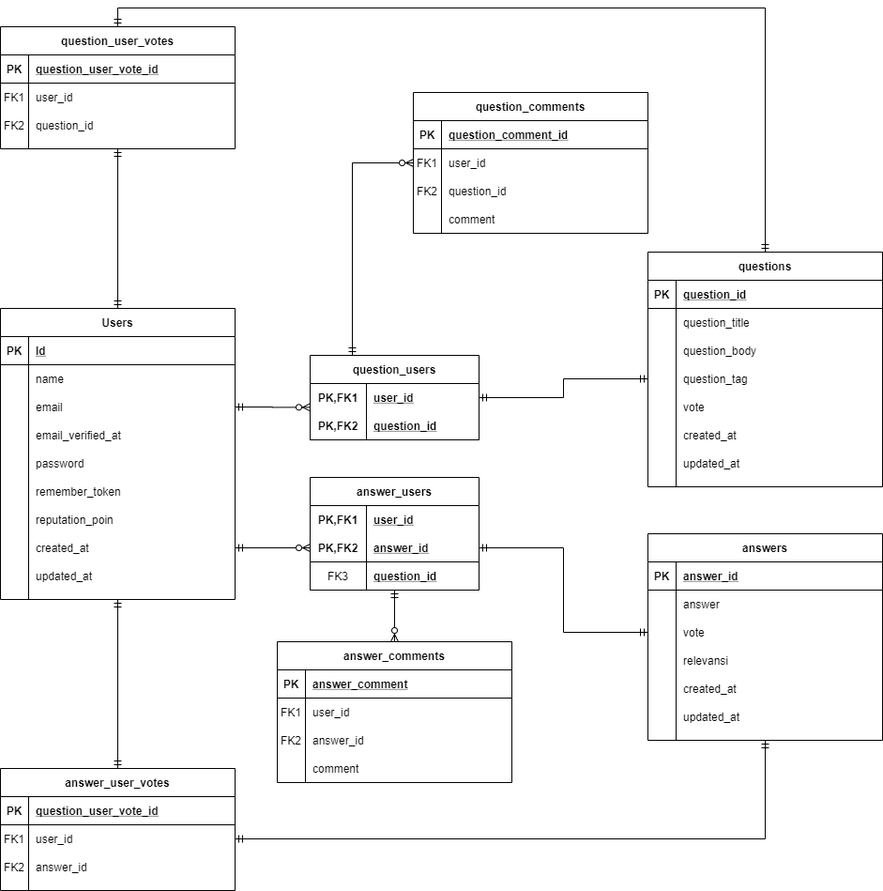
Earlier version of the draw.io export public/ERD/ERD.png (CristJoenathan24/project_sanber). Source tidied: cells renumbered, new cells last; positions are measured from the earlier drawing's top-left corner, leaving out a move shared by most shapes.
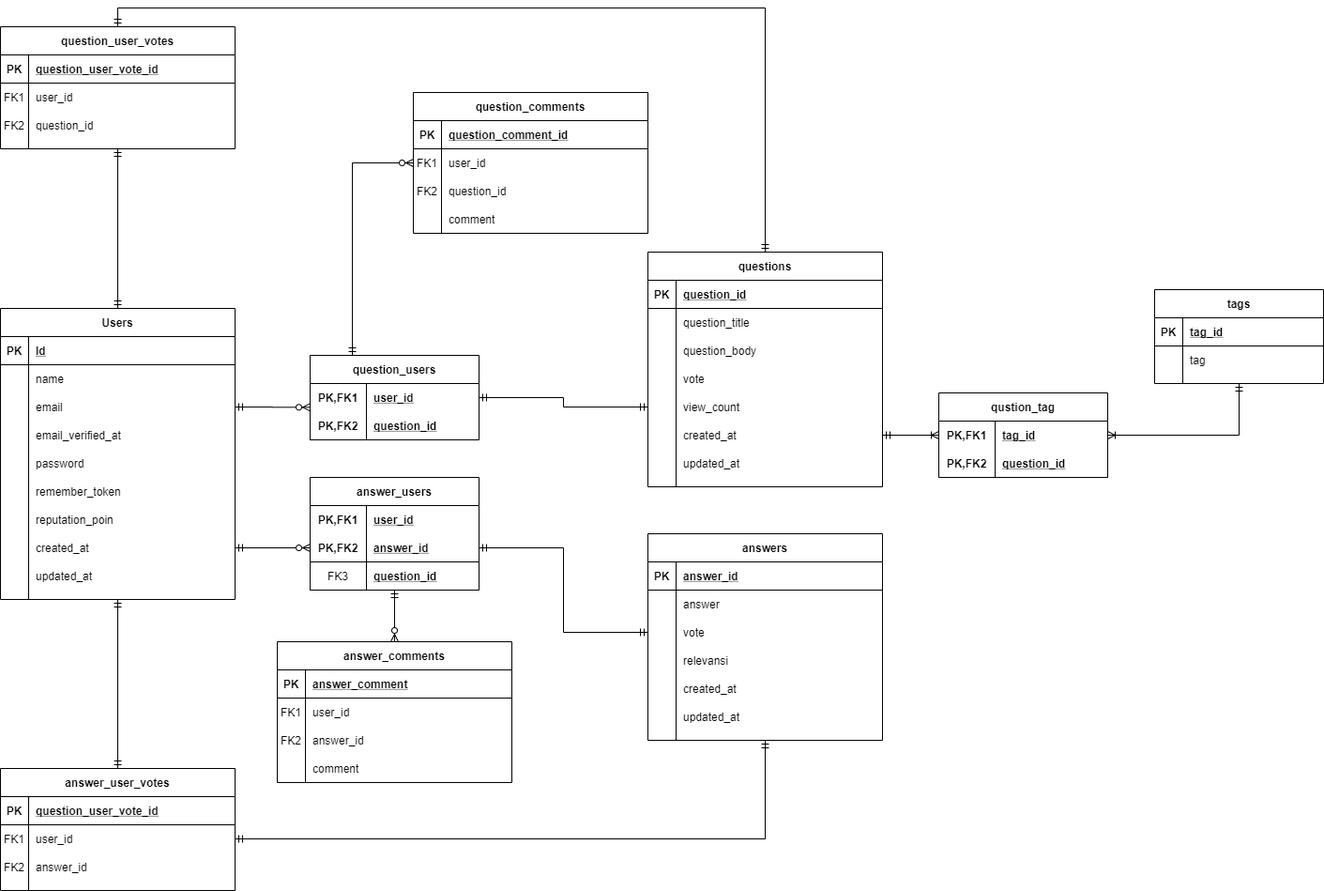
The same file after the commit.

What changed in the source:
```diff
@@ -251,17 +251,8 @@
     <mxCell id="84" value="question_body" style="shape=partialRectangle;overflow=hidden;fillColor=none;top=0;left=0;bottom=0;right=0;align=left;spacingLeft=6;" parent="82" vertex="1">
       <mxGeometry x="30" width="220" height="30" as="geometry" />
     </mxCell>
-    <mxCell id="85" style="shape=partialRectangle;fillColor=none;points=[[0,0.5],[1,0.5]];portConstraint=eastwest;top=0;left=0;right=0;bottom=0;" parent="75" vertex="1">
-      <mxGeometry y="120" width="250" height="30" as="geometry" />
-    </mxCell>
-    <mxCell id="86" style="shape=partialRectangle;overflow=hidden;fillColor=none;top=0;left=0;bottom=0;right=0;" parent="85" vertex="1">
-      <mxGeometry width="30" height="30" as="geometry" />
-    </mxCell>
-    <mxCell id="87" value="question_tag" style="shape=partialRectangle;overflow=hidden;fillColor=none;top=0;left=0;bottom=0;right=0;align=left;spacingLeft=6;" parent="85" vertex="1">
-      <mxGeometry x="30" width="220" height="30" as="geometry" />
-    </mxCell>
     <mxCell id="88" style="shape=partialRectangle;fillColor=none;top=0;left=0;right=0;bottom=0;" parent="75" vertex="1">
-      <mxGeometry y="150" width="250" height="30" as="geometry" />
+      <mxGeometry y="120" width="250" height="30" as="geometry" />
     </mxCell>
     <mxCell id="89" style="shape=partialRectangle;overflow=hidden;fillColor=none;top=0;left=0;bottom=0;right=0;" parent="88" vertex="1">
       <mxGeometry width="30" height="30" as="geometry" />
@@ -269,6 +260,15 @@
     <mxCell id="90" value="vote" style="shape=partialRectangle;overflow=hidden;fillColor=none;top=0;left=0;bottom=0;right=0;align=left;spacingLeft=6;" parent="88" vertex="1">
       <mxGeometry x="30" width="220" height="30" as="geometry" />
     </mxCell>
+    <mxCell id="144" style="shape=partialRectangle;fillColor=none;points=[[0,0.5],[1,0.5]];portConstraint=eastwest;top=0;left=0;right=0;bottom=0;" parent="75" vertex="1">
+      <mxGeometry y="150" width="250" height="30" as="geometry" />
+    </mxCell>
+    <mxCell id="86" style="shape=partialRectangle;overflow=hidden;fillColor=none;top=0;left=0;bottom=0;right=0;" parent="144" vertex="1">
+      <mxGeometry width="30" height="30" as="geometry" />
+    </mxCell>
+    <mxCell id="145" value="view_count" style="shape=partialRectangle;overflow=hidden;fillColor=none;top=0;left=0;bottom=0;right=0;align=left;spacingLeft=6;" parent="144" vertex="1">
+      <mxGeometry x="30" width="220" height="30" as="geometry" />
+    </mxCell>
     <mxCell id="91" style="shape=partialRectangle;fillColor=none;points=[[0,0.5],[1,0.5]];portConstraint=eastwest;top=0;left=0;right=0;bottom=0;" parent="75" vertex="1">
       <mxGeometry y="180" width="250" height="30" as="geometry" />
     </mxCell>
@@ -422,11 +422,59 @@
     <mxCell id="141" value="comment" style="shape=partialRectangle;overflow=hidden;fillColor=none;top=0;left=0;bottom=0;right=0;align=left;spacingLeft=6;" parent="139" vertex="1">
       <mxGeometry x="30" width="220" height="30" as="geometry" />
     </mxCell>
-    <mxCell id="142" style="edgeStyle=orthogonalEdgeStyle;rounded=0;jettySize=auto;html=1;startArrow=ERmandOne;startFill=0;endArrow=ERmandOne;endFill=0;" parent="1" edge="1" source="33" target="85">
+    <mxCell id="142" style="edgeStyle=orthogonalEdgeStyle;rounded=0;jettySize=auto;html=1;startArrow=ERmandOne;startFill=0;endArrow=ERmandOne;endFill=0;entryX=0;entryY=0.5;entryDx=0;entryDy=0;" parent="1" edge="1" source="33" target="144">
       <mxGeometry relative="1" as="geometry" />
     </mxCell>
     <mxCell id="143" style="edgeStyle=orthogonalEdgeStyle;rounded=0;jettySize=auto;html=1;entryX=0;entryY=0.5;entryDx=0;entryDy=0;startArrow=ERmandOne;startFill=0;endArrow=ERmandOne;endFill=0;" parent="1" edge="1" source="123" target="104">
       <mxGeometry relative="1" as="geometry" />
     </mxCell>
+    <mxCell id="146" value="tags" style="shape=table;startSize=30;rowLines=0;fontStyle=1;align=center;" parent="1" vertex="1">
+      <mxGeometry x="1230" y="280" width="180" height="100" as="geometry" />
+    </mxCell>
+    <mxCell id="147" style="shape=partialRectangle;fillColor=none;top=0;left=0;bottom=1;right=0;" parent="146" vertex="1">
+      <mxGeometry y="30" width="180" height="30" as="geometry" />
+    </mxCell>
+    <mxCell id="148" value="PK" style="shape=partialRectangle;fillColor=none;top=0;left=0;bottom=0;right=0;fontStyle=1;overflow=hidden;" parent="147" vertex="1">
+      <mxGeometry width="30" height="30" as="geometry" />
+    </mxCell>
+    <mxCell id="149" value="tag_id" style="shape=partialRectangle;fillColor=none;top=0;left=0;bottom=0;right=0;align=left;spacingLeft=6;fontStyle=5;overflow=hidden;" parent="147" vertex="1">
+      <mxGeometry x="30" width="150" height="30" as="geometry" />
+    </mxCell>
+    <mxCell id="150" style="shape=partialRectangle;fillColor=none;top=0;left=0;bottom=0;right=0;" parent="146" vertex="1">
+      <mxGeometry y="60" width="180" height="30" as="geometry" />
+    </mxCell>
+    <mxCell id="151" style="shape=partialRectangle;fillColor=none;top=0;left=0;bottom=0;right=0;overflow=hidden;" parent="150" vertex="1">
+      <mxGeometry width="30" height="30" as="geometry" />
+    </mxCell>
+    <mxCell id="152" value="tag" style="shape=partialRectangle;fillColor=none;top=0;left=0;bottom=0;right=0;align=left;spacingLeft=6;overflow=hidden;" parent="150" vertex="1">
+      <mxGeometry x="30" width="150" height="30" as="geometry" />
+    </mxCell>
+    <mxCell id="153" value="qustion_tag" style="shape=table;startSize=30;rowLines=0;fontStyle=1;align=center;" parent="1" vertex="1">
+      <mxGeometry x="1000" y="390" width="180" height="90" as="geometry" />
+    </mxCell>
+    <mxCell id="154" style="shape=partialRectangle;fillColor=none;top=0;left=0;bottom=0;right=0;points=[[0,0.5],[1,0.5]];portConstraint=eastwest;" parent="153" vertex="1">
+      <mxGeometry y="30" width="180" height="30" as="geometry" />
+    </mxCell>
+    <mxCell id="155" value="PK,FK1" style="shape=partialRectangle;fillColor=none;top=0;left=0;bottom=0;right=0;fontStyle=1;overflow=hidden;" parent="154" vertex="1">
+      <mxGeometry width="60" height="30" as="geometry" />
+    </mxCell>
+    <mxCell id="156" value="tag_id" style="shape=partialRectangle;fillColor=none;top=0;left=0;bottom=0;right=0;align=left;spacingLeft=6;fontStyle=5;overflow=hidden;" parent="154" vertex="1">
+      <mxGeometry x="60" width="120" height="30" as="geometry" />
+    </mxCell>
+    <mxCell id="157" style="shape=partialRectangle;fillColor=none;top=0;left=0;bottom=1;right=0;" parent="153" vertex="1">
+      <mxGeometry y="60" width="180" height="30" as="geometry" />
+    </mxCell>
+    <mxCell id="158" value="PK,FK2" style="shape=partialRectangle;fillColor=none;top=0;left=0;bottom=0;right=0;fontStyle=1;overflow=hidden;" parent="157" vertex="1">
+      <mxGeometry width="60" height="30" as="geometry" />
+    </mxCell>
+    <mxCell id="159" value="question_id" style="shape=partialRectangle;fillColor=none;top=0;left=0;bottom=0;right=0;align=left;spacingLeft=6;fontStyle=5;overflow=hidden;" parent="157" vertex="1">
+      <mxGeometry x="60" width="120" height="30" as="geometry" />
+    </mxCell>
+    <mxCell id="160" style="edgeStyle=orthogonalEdgeStyle;rounded=0;jettySize=auto;html=1;exitX=1;exitY=0.5;exitDx=0;exitDy=0;entryX=0;entryY=0.5;entryDx=0;entryDy=0;startArrow=ERmandOne;startFill=0;endArrow=ERoneToMany;endFill=0;" parent="1" edge="1" source="91" target="154">
+      <mxGeometry relative="1" as="geometry" />
+    </mxCell>
+    <mxCell id="161" style="edgeStyle=orthogonalEdgeStyle;rounded=0;jettySize=auto;html=1;exitX=1;exitY=0.5;exitDx=0;exitDy=0;entryX=0.5;entryY=1;entryDx=0;entryDy=0;startArrow=ERoneToMany;startFill=0;endArrow=ERmandOne;endFill=0;" parent="1" edge="1" source="154" target="146">
+      <mxGeometry relative="1" as="geometry" />
+    </mxCell>
   </root>
 </mxGraphModel>
```
